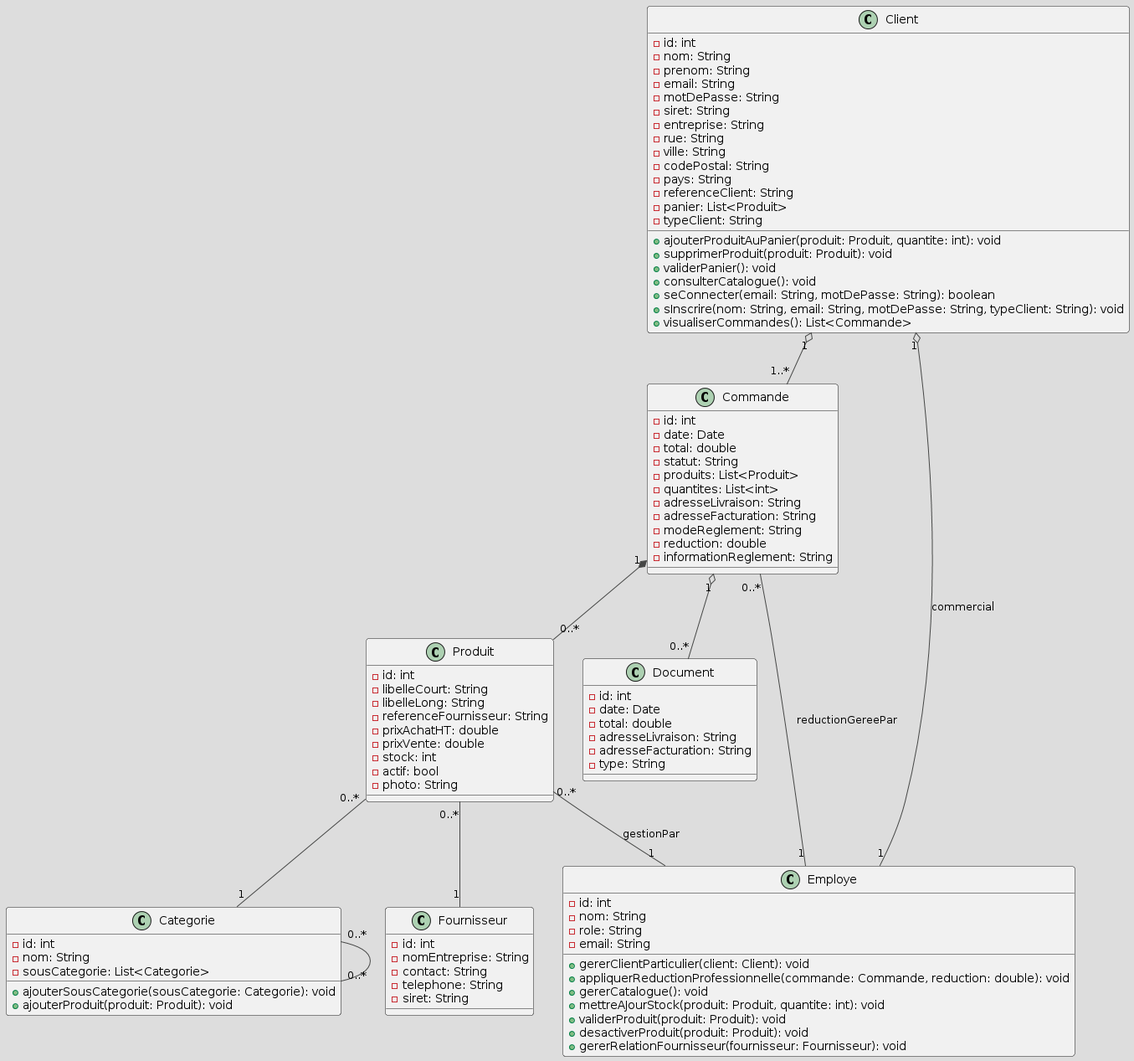
clemence95/villagegreen keeps this PlantUML diagram as modelisation/diagramme_classe.png. Above is the earlier version.
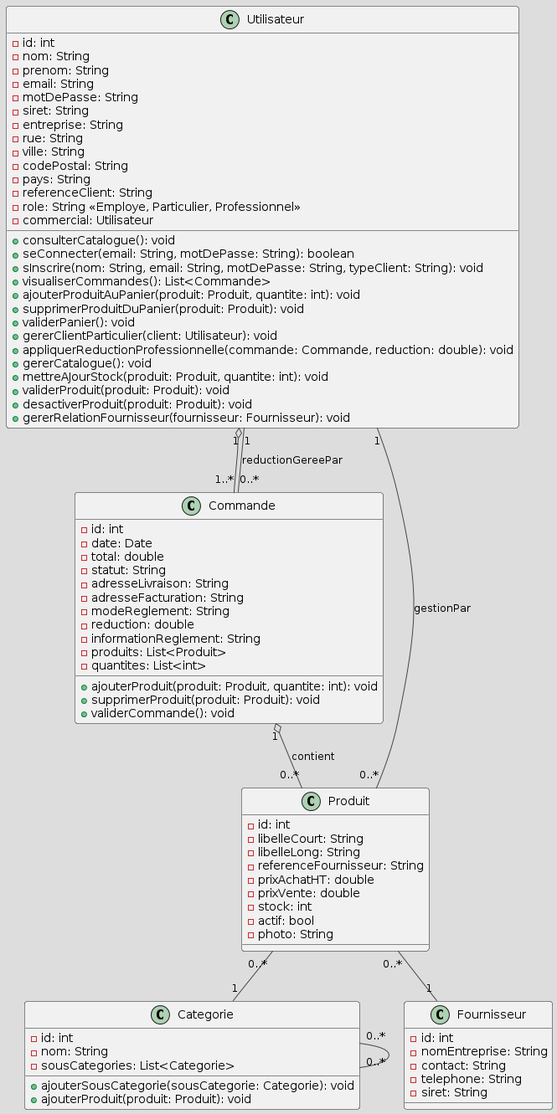
After the commit.

The edit, as a diff of the source:
```diff
@@ -1,7 +1,7 @@
 @startuml
 !theme toy
 
-class Client {
+class Utilisateur {
     - id: int
     - nom: String
     - prenom: String
@@ -14,15 +14,22 @@
     - codePostal: String
     - pays: String
     - referenceClient: String
-    - panier: List<Produit>
-    - typeClient: String
-    + ajouterProduitAuPanier(produit: Produit, quantite: int): void
-    + supprimerProduit(produit: Produit): void
-    + validerPanier(): void
+    - role: String <<Employe, Particulier, Professionnel>>
+    - commercial: Utilisateur
     + consulterCatalogue(): void
     + seConnecter(email: String, motDePasse: String): boolean
     + sInscrire(nom: String, email: String, motDePasse: String, typeClient: String): void
     + visualiserCommandes(): List<Commande>
+    + ajouterProduitAuPanier(produit: Produit, quantite: int): void
+    + supprimerProduitDuPanier(produit: Produit): void
+    + validerPanier(): void
+    + gererClientParticulier(client: Utilisateur): void
+    + appliquerReductionProfessionnelle(commande: Commande, reduction: double): void
+    + gererCatalogue(): void
+    + mettreAJourStock(produit: Produit, quantite: int): void
+    + validerProduit(produit: Produit): void
+    + desactiverProduit(produit: Produit): void
+    + gererRelationFournisseur(fournisseur: Fournisseur): void
 }
 
 class Produit {
@@ -40,7 +47,7 @@
 class Categorie {
     - id: int
     - nom: String
-    - sousCategorie: List<Categorie>
+    - sousCategories: List<Categorie>
     + ajouterSousCategorie(sousCategorie: Categorie): void
     + ajouterProduit(produit: Produit): void
 }
@@ -58,45 +65,23 @@
     - date: Date
     - total: double
     - statut: String
-    - produits: List<Produit>
-    - quantites: List<int>
     - adresseLivraison: String
     - adresseFacturation: String
     - modeReglement: String
     - reduction: double
     - informationReglement: String
+    - produits: List<Produit>
+    - quantites: List<int>
+    + ajouterProduit(produit: Produit, quantite: int): void
+    + supprimerProduit(produit: Produit): void
+    + validerCommande(): void
 }
 
-class Document {
-    - id: int
-    - date: Date
-    - total: double
-    - adresseLivraison: String
-    - adresseFacturation: String
-    - type: String
-}
-
-class Employe {
-    - id: int
-    - nom: String
-    - role: String
-    - email: String
-    + gererClientParticulier(client: Client): void
-    + appliquerReductionProfessionnelle(commande: Commande, reduction: double): void
-    + gererCatalogue(): void
-    + mettreAJourStock(produit: Produit, quantite: int): void
-    + validerProduit(produit: Produit): void
-    + desactiverProduit(produit: Produit): void
-    + gererRelationFournisseur(fournisseur: Fournisseur): void
-}
-
-Client "1" o-- "1" Employe : commercial
-Client "1" o-- "1..*" Commande
-Commande "1" *-- "0..*" Produit
-Commande "1" o-- "0..*" Document
-Commande "0..*" -- "1" Employe : reductionGereePar
+Utilisateur "1" o-- "1..*" Commande
+Commande "0..*" -- "1" Utilisateur : reductionGereePar
+Commande "1" o-- "0..*" Produit : contient
 Produit "0..*" -- "1" Fournisseur
 Produit "0..*" -- "1" Categorie
 Categorie "0..*" -- "0..*" Categorie
-Produit "0..*" -- "1" Employe : gestionPar
+Produit "0..*" -- "1" Utilisateur : gestionPar
 @enduml
```
